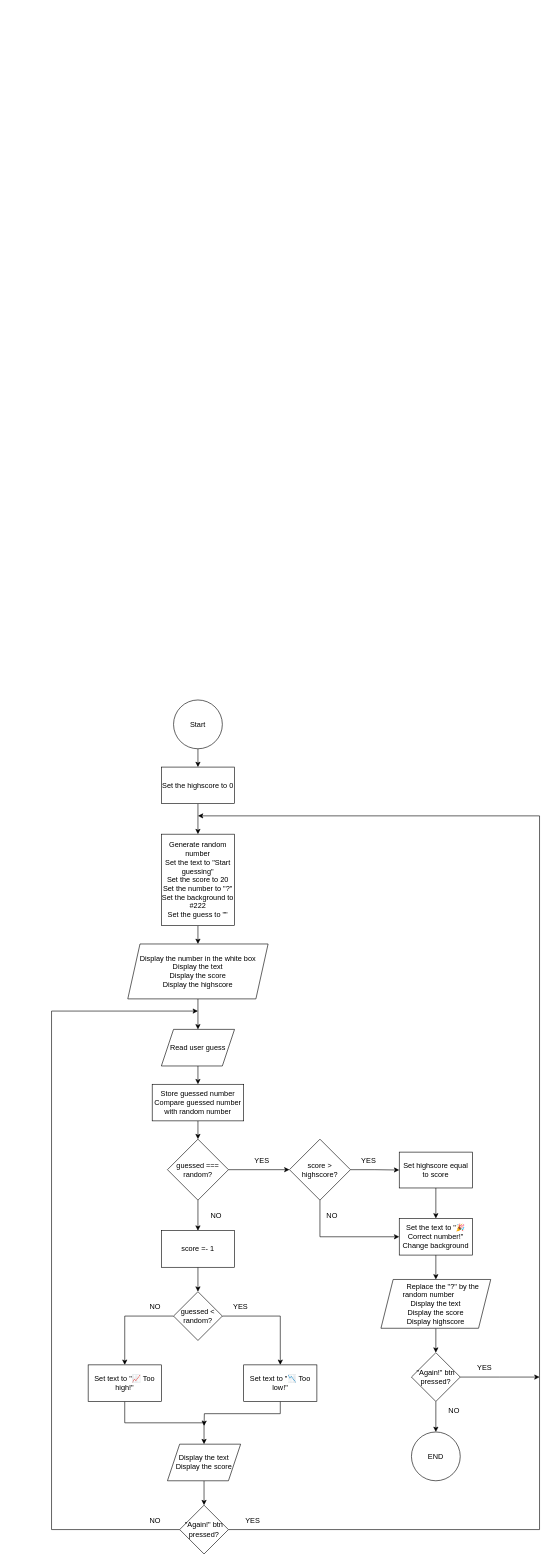
matheus4lves/udemy-the-complete-javascript-course_guess-my-number keeps this draw.io diagram as flowchart.drawio. Above is the earlier version. Source tidied: cells renumbered, new cells numbered last; positions are measured from the earlier drawing's top-left corner, leaving out a move shared by most shapes. Both pictures are drawn from the tidied source at 61%, with x=0, y=0 at pixel (51, 700).
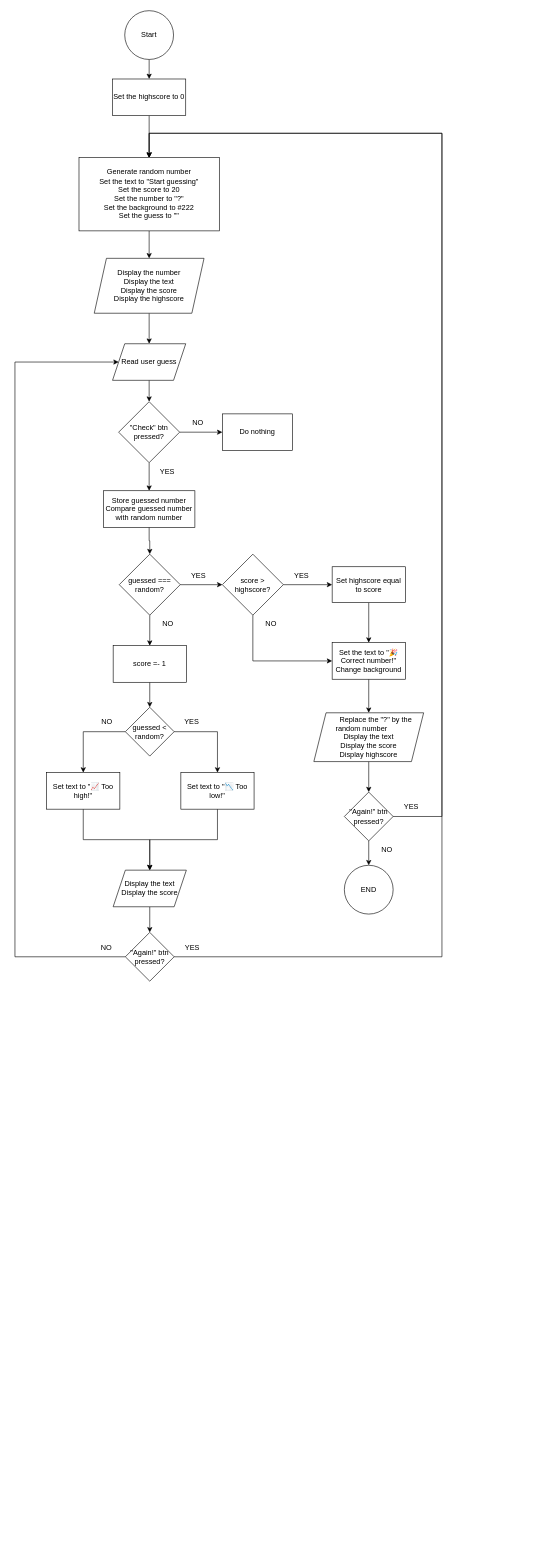
After the change.

Change to the diagram source:
```diff
@@
-    <mxCell id="2" style="edgeStyle=orthogonalEdgeStyle;rounded=0;jettySize=auto;html=1;exitX=0.5;exitY=1;exitDx=0;exitDy=0;startArrow=none;" parent="1" edge="1" source="38" target="6">
-      <mxGeometry relative="1" as="geometry" />
-    </mxCell>
@@
     <mxCell id="4" value="Start" style="ellipse;whiteSpace=wrap;html=1;" parent="1" vertex="1">
-      <mxGeometry x="200" width="80" height="80" as="geometry" />
+      <mxGeometry x="120" y="-1130" width="80" height="80" as="geometry" />
     </mxCell>
@@
-    <mxCell id="6" value="Generate random number&lt;br&gt;Set the text to &quot;Start guessing&quot;&lt;br&gt;Set the score to 20&lt;br&gt;Set the number to &quot;?&quot;&lt;br&gt;Set the background to #222&lt;br&gt;Set the guess to &quot;&quot;" style="rounded=0;whiteSpace=wrap;html=1;" parent="1" vertex="1">
-      <mxGeometry x="180" y="220" width="120" height="150" as="geometry" />
+    <mxCell id="6" value="Generate random number&lt;br&gt;Set the text to &quot;Start guessing&quot;&lt;br&gt;Set the score to 20&lt;div&gt;Set the number to &quot;?&quot;&lt;br&gt;Set the background to #222&lt;br&gt;Set the guess to &quot;&quot;&lt;/div&gt;" style="rounded=0;whiteSpace=wrap;html=1;" parent="1" vertex="1">
+      <mxGeometry x="45" y="-889" width="230" height="120" as="geometry" />
     </mxCell>
@@
     <mxCell id="8" value="Store guessed number&lt;br&gt;Compare guessed number with random number" style="rounded=0;whiteSpace=wrap;html=1;" parent="1" vertex="1">
-      <mxGeometry x="165" y="630" width="150" height="60" as="geometry" />
+      <mxGeometry x="85" y="-343" width="150" height="60" as="geometry" />
     </mxCell>
-    <mxCell id="9" style="edgeStyle=orthogonalEdgeStyle;rounded=0;jettySize=auto;html=1;exitX=0.5;exitY=1;exitDx=0;exitDy=0;entryX=0.5;entryY=0;entryDx=0;entryDy=0;" parent="1" edge="1" source="10" target="8">
-      <mxGeometry relative="1" as="geometry" />
-    </mxCell>
+    <mxCell id="54" style="edgeStyle=orthogonalEdgeStyle;rounded=0;jettySize=auto;html=1;exitX=0.5;exitY=1;exitDx=0;exitDy=0;entryX=0.5;entryY=0;entryDx=0;entryDy=0;" parent="1" edge="1" source="10" target="61">
+      <mxGeometry relative="1" as="geometry" />
+    </mxCell>
     <mxCell id="10" value="Read user guess" style="shape=parallelogram;perimeter=parallelogramPerimeter;whiteSpace=wrap;html=1;fixedSize=1;" parent="1" vertex="1">
-      <mxGeometry x="180" y="540" width="120" height="60" as="geometry" />
+      <mxGeometry x="100" y="-584" width="120" height="60" as="geometry" />
     </mxCell>
@@
     <mxCell id="13" value="guessed === random?" style="rhombus;whiteSpace=wrap;html=1;" parent="1" vertex="1">
-      <mxGeometry x="190" y="720" width="100" height="100" as="geometry" />
+      <mxGeometry x="111" y="-239" width="100" height="100" as="geometry" />
     </mxCell>
@@
-    <mxCell id="15" value="Display the number in the white box&lt;br&gt;Display the text&lt;br&gt;Display the score&lt;br&gt;Display the highscore" style="shape=parallelogram;perimeter=parallelogramPerimeter;whiteSpace=wrap;html=1;fixedSize=1;" parent="1" vertex="1">
-      <mxGeometry x="125" y="400" width="230" height="90" as="geometry" />
+    <mxCell id="15" value="Display the number&lt;br&gt;Display the text&lt;br&gt;Display the score&lt;br&gt;Display the highscore" style="shape=parallelogram;perimeter=parallelogramPerimeter;whiteSpace=wrap;html=1;fixedSize=1;" parent="1" vertex="1">
+      <mxGeometry x="70" y="-724" width="180" height="90" as="geometry" />
     </mxCell>
@@
     <mxCell id="17" value="Set highscore equal to score" style="rounded=0;whiteSpace=wrap;html=1;" parent="1" vertex="1">
-      <mxGeometry x="570" y="741.2" width="120" height="58.8" as="geometry" />
+      <mxGeometry x="460" y="-218.4" width="120" height="58.8" as="geometry" />
     </mxCell>
     <mxCell id="18" value="YES" style="text;html=1;strokeColor=none;fillColor=none;align=center;verticalAlign=middle;whiteSpace=wrap;rounded=0;" parent="1" vertex="1">
-      <mxGeometry x="315" y="740" width="60" height="30" as="geometry" />
+      <mxGeometry x="211" y="-219" width="60" height="30" as="geometry" />
     </mxCell>
@@
     <mxCell id="20" value="&amp;nbsp; &amp;nbsp; &amp;nbsp; &amp;nbsp;Replace the &quot;?&quot; by the random number&amp;nbsp; &amp;nbsp; &amp;nbsp; &amp;nbsp;&lt;br&gt;Display the text&lt;br&gt;Display the score&lt;br&gt;Display highscore" style="shape=parallelogram;perimeter=parallelogramPerimeter;whiteSpace=wrap;html=1;fixedSize=1;" parent="1" vertex="1">
-      <mxGeometry x="540" y="950" width="180" height="80" as="geometry" />
+      <mxGeometry x="430" y="21" width="180" height="80" as="geometry" />
     </mxCell>
@@
-    <mxCell id="22" style="edgeStyle=orthogonalEdgeStyle;rounded=0;jettySize=auto;html=1;exitX=1;exitY=0.5;exitDx=0;exitDy=0;" parent="1" edge="1" source="23">
-      <mxGeometry relative="1" as="geometry">
-        <mxPoint x="800" y="1110" as="targetPoint" />
-      </mxGeometry>
-    </mxCell>
+    <mxCell id="55" style="edgeStyle=orthogonalEdgeStyle;rounded=0;jettySize=auto;html=1;exitX=1;exitY=0.5;exitDx=0;exitDy=0;entryX=0.5;entryY=0;entryDx=0;entryDy=0;" parent="1" edge="1" source="23" target="6">
+      <mxGeometry relative="1" as="geometry">
+        <Array as="points">
+          <mxPoint x="640" y="191" />
+          <mxPoint x="640" y="-929" />
+          <mxPoint x="160" y="-929" />
+        </Array>
+      </mxGeometry>
+    </mxCell>
     <mxCell id="23" value="&quot;Again!&quot; btn&lt;br&gt;pressed?" style="rhombus;whiteSpace=wrap;html=1;" parent="1" vertex="1">
-      <mxGeometry x="590" y="1070" width="80" height="80" as="geometry" />
+      <mxGeometry x="480" y="151" width="80" height="80" as="geometry" />
     </mxCell>
     <mxCell id="24" value="YES" style="text;html=1;strokeColor=none;fillColor=none;align=center;verticalAlign=middle;whiteSpace=wrap;rounded=0;" parent="1" vertex="1">
-      <mxGeometry x="680" y="1080" width="60" height="30" as="geometry" />
+      <mxGeometry x="560" y="161" width="60" height="30" as="geometry" />
     </mxCell>
     <mxCell id="25" value="END" style="ellipse;whiteSpace=wrap;html=1;" parent="1" vertex="1">
-      <mxGeometry x="590" y="1200" width="80" height="80" as="geometry" />
+      <mxGeometry x="480" y="271" width="80" height="80" as="geometry" />
     </mxCell>
     <mxCell id="26" value="NO" style="text;html=1;strokeColor=none;fillColor=none;align=center;verticalAlign=middle;whiteSpace=wrap;rounded=0;" parent="1" vertex="1">
-      <mxGeometry x="630" y="1150" width="60" height="30" as="geometry" />
+      <mxGeometry x="520" y="231" width="60" height="30" as="geometry" />
     </mxCell>
@@
     <mxCell id="28" value="score =- 1" style="rounded=0;whiteSpace=wrap;html=1;" parent="1" vertex="1">
-      <mxGeometry x="180" y="870" width="120" height="60" as="geometry" />
+      <mxGeometry x="101" y="-89" width="120" height="60" as="geometry" />
     </mxCell>
     <mxCell id="29" value="NO" style="text;html=1;strokeColor=none;fillColor=none;align=center;verticalAlign=middle;whiteSpace=wrap;rounded=0;" parent="1" vertex="1">
-      <mxGeometry x="240" y="830" width="60" height="30" as="geometry" />
+      <mxGeometry x="161" y="-139" width="60" height="30" as="geometry" />
     </mxCell>
+    <mxCell id="31" style="edgeStyle=orthogonalEdgeStyle;rounded=0;jettySize=auto;html=1;exitX=0;exitY=0.5;exitDx=0;exitDy=0;" parent="1" edge="1" source="32" target="43">
+      <mxGeometry relative="1" as="geometry" />
+    </mxCell>
-    <mxCell id="30" style="edgeStyle=orthogonalEdgeStyle;rounded=0;jettySize=auto;html=1;entryX=0.5;entryY=0;entryDx=0;entryDy=0;" parent="1" edge="1" source="32" target="34">
-      <mxGeometry relative="1" as="geometry">
-        <Array as="points">
-          <mxPoint x="375" y="1010" />
-        </Array>
-      </mxGeometry>
+    <mxCell id="30" style="edgeStyle=orthogonalEdgeStyle;rounded=0;jettySize=auto;html=1;exitX=1;exitY=0.5;exitDx=0;exitDy=0;entryX=0.5;entryY=0;entryDx=0;entryDy=0;" parent="1" edge="1" source="32" target="34">
+      <mxGeometry relative="1" as="geometry" />
     </mxCell>
-    <mxCell id="31" style="edgeStyle=orthogonalEdgeStyle;rounded=0;jettySize=auto;html=1;exitX=0;exitY=0.5;exitDx=0;exitDy=0;" parent="1" edge="1" source="32" target="43">
-      <mxGeometry relative="1" as="geometry" />
-    </mxCell>
     <mxCell id="32" value="guessed &amp;lt; random?" style="rhombus;whiteSpace=wrap;html=1;" parent="1" vertex="1">
-      <mxGeometry x="200" y="970" width="80" height="80" as="geometry" />
+      <mxGeometry x="121" y="12" width="80" height="80" as="geometry" />
     </mxCell>
-    <mxCell id="33" style="edgeStyle=orthogonalEdgeStyle;rounded=0;jettySize=auto;html=1;exitX=0.5;exitY=1;exitDx=0;exitDy=0;" parent="1" edge="1" source="34">
-      <mxGeometry relative="1" as="geometry">
-        <mxPoint x="250" y="1190" as="targetPoint" />
-      </mxGeometry>
-    </mxCell>
+    <mxCell id="56" style="edgeStyle=orthogonalEdgeStyle;rounded=0;jettySize=auto;html=1;exitX=0.5;exitY=1;exitDx=0;exitDy=0;entryX=0.5;entryY=0;entryDx=0;entryDy=0;" parent="1" edge="1" source="34" target="37">
+      <mxGeometry relative="1" as="geometry" />
+    </mxCell>
     <mxCell id="34" value="Set text to &quot;📉 Too low!&quot;" style="rounded=0;whiteSpace=wrap;html=1;" parent="1" vertex="1">
-      <mxGeometry x="315" y="1090" width="120" height="60" as="geometry" />
+      <mxGeometry x="212" y="119" width="120" height="60" as="geometry" />
     </mxCell>
     <mxCell id="35" value="YES" style="text;html=1;strokeColor=none;fillColor=none;align=center;verticalAlign=middle;whiteSpace=wrap;rounded=0;" parent="1" vertex="1">
-      <mxGeometry x="280" y="980" width="60" height="30" as="geometry" />
+      <mxGeometry x="200" y="21" width="60" height="30" as="geometry" />
     </mxCell>
@@
     <mxCell id="37" value="Display the text&lt;br&gt;Display the score" style="shape=parallelogram;perimeter=parallelogramPerimeter;whiteSpace=wrap;html=1;fixedSize=1;" parent="1" vertex="1">
-      <mxGeometry x="190" y="1220" width="120" height="60" as="geometry" />
+      <mxGeometry x="101" y="279" width="120" height="60" as="geometry" />
     </mxCell>
+    <mxCell id="2" style="edgeStyle=orthogonalEdgeStyle;rounded=0;jettySize=auto;html=1;exitX=0.5;exitY=1;exitDx=0;exitDy=0;entryX=0.5;entryY=0;entryDx=0;entryDy=0;" parent="1" edge="1" source="38" target="6">
+      <mxGeometry relative="1" as="geometry" />
+    </mxCell>
     <mxCell id="38" value="Set the highscore to 0" style="rounded=0;whiteSpace=wrap;html=1;" parent="1" vertex="1">
-      <mxGeometry x="180" y="110" width="120" height="60" as="geometry" />
+      <mxGeometry x="100" y="-1018" width="120" height="60" as="geometry" />
     </mxCell>
-    <mxCell id="39" style="edgeStyle=orthogonalEdgeStyle;rounded=0;jettySize=auto;html=1;" parent="1" edge="1" source="41">
-      <mxGeometry relative="1" as="geometry">
-        <mxPoint x="240" y="190" as="targetPoint" />
-        <Array as="points">
-          <mxPoint x="800" y="1360" />
-          <mxPoint x="800" y="190" />
-        </Array>
-      </mxGeometry>
-    </mxCell>
-    <mxCell id="40" style="edgeStyle=orthogonalEdgeStyle;rounded=0;jettySize=auto;html=1;" parent="1" edge="1" source="41">
-      <mxGeometry relative="1" as="geometry">
-        <mxPoint x="240" y="510" as="targetPoint" />
-        <Array as="points">
-          <mxPoint y="1360" />
-          <mxPoint y="510" />
-        </Array>
-      </mxGeometry>
-    </mxCell>
+    <mxCell id="57" style="edgeStyle=orthogonalEdgeStyle;rounded=0;jettySize=auto;html=1;exitX=0;exitY=0.5;exitDx=0;exitDy=0;entryX=0;entryY=0.5;entryDx=0;entryDy=0;" parent="1" edge="1" source="41" target="10">
+      <mxGeometry relative="1" as="geometry">
+        <Array as="points">
+          <mxPoint x="-60" y="421" />
+          <mxPoint x="-60" y="-554" />
+        </Array>
+      </mxGeometry>
+    </mxCell>
+    <mxCell id="58" style="edgeStyle=orthogonalEdgeStyle;rounded=0;jettySize=auto;html=1;exitX=1;exitY=0.5;exitDx=0;exitDy=0;entryX=0.5;entryY=0;entryDx=0;entryDy=0;" parent="1" edge="1" source="41" target="6">
+      <mxGeometry relative="1" as="geometry">
+        <Array as="points">
+          <mxPoint x="201" y="421" />
+          <mxPoint x="640" y="421" />
+          <mxPoint x="640" y="-929" />
+          <mxPoint x="160" y="-929" />
+        </Array>
+      </mxGeometry>
+    </mxCell>
     <mxCell id="41" value="&quot;Again!&quot; btn&lt;br&gt;pressed?" style="rhombus;whiteSpace=wrap;html=1;" parent="1" vertex="1">
-      <mxGeometry x="210" y="1320" width="80" height="80" as="geometry" />
+      <mxGeometry x="121" y="381" width="80" height="80" as="geometry" />
     </mxCell>
-    <mxCell id="42" style="edgeStyle=orthogonalEdgeStyle;rounded=0;jettySize=auto;html=1;entryX=0.5;entryY=0;entryDx=0;entryDy=0;exitX=0.5;exitY=1;exitDx=0;exitDy=0;" parent="1" edge="1" source="43" target="37">
+    <mxCell id="42" style="edgeStyle=orthogonalEdgeStyle;rounded=0;jettySize=auto;html=1;exitX=0.5;exitY=1;exitDx=0;exitDy=0;entryX=0.5;entryY=0;entryDx=0;entryDy=0;" parent="1" edge="1" source="43" target="37">
       <mxGeometry relative="1" as="geometry" />
     </mxCell>
     <mxCell id="43" value="Set text to &quot;📈 Too high!&quot;" style="rounded=0;whiteSpace=wrap;html=1;" parent="1" vertex="1">
-      <mxGeometry x="60" y="1090" width="120" height="60" as="geometry" />
+      <mxGeometry x="-8" y="119" width="120" height="60" as="geometry" />
     </mxCell>
     <mxCell id="44" value="NO" style="text;html=1;strokeColor=none;fillColor=none;align=center;verticalAlign=middle;whiteSpace=wrap;rounded=0;" parent="1" vertex="1">
-      <mxGeometry x="140" y="980" width="60" height="30" as="geometry" />
+      <mxGeometry x="61" y="21" width="60" height="30" as="geometry" />
     </mxCell>
     <mxCell id="45" value="YES" style="text;html=1;strokeColor=none;fillColor=none;align=center;verticalAlign=middle;whiteSpace=wrap;rounded=0;" parent="1" vertex="1">
-      <mxGeometry x="300" y="1330" width="60" height="30" as="geometry" />
+      <mxGeometry x="201" y="391" width="60" height="30" as="geometry" />
     </mxCell>
     <mxCell id="46" value="NO" style="text;html=1;strokeColor=none;fillColor=none;align=center;verticalAlign=middle;whiteSpace=wrap;rounded=0;" parent="1" vertex="1">
-      <mxGeometry x="140" y="1330" width="60" height="30" as="geometry" />
+      <mxGeometry x="60" y="391" width="60" height="30" as="geometry" />
     </mxCell>
@@
     <mxCell id="49" value="score &amp;gt; highscore?" style="rhombus;whiteSpace=wrap;html=1;" parent="1" vertex="1">
-      <mxGeometry x="390" y="720" width="100" height="100" as="geometry" />
+      <mxGeometry x="280" y="-239" width="100" height="100" as="geometry" />
     </mxCell>
     <mxCell id="50" value="YES" style="text;html=1;strokeColor=none;fillColor=none;align=center;verticalAlign=middle;whiteSpace=wrap;rounded=0;" parent="1" vertex="1">
-      <mxGeometry x="490" y="740" width="60" height="30" as="geometry" />
+      <mxGeometry x="380" y="-219" width="60" height="30" as="geometry" />
     </mxCell>
@@
     <mxCell id="52" value="Set the text to &quot;🎉 Correct number!&quot;&lt;br&gt;Change background" style="rounded=0;whiteSpace=wrap;html=1;" parent="1" vertex="1">
-      <mxGeometry x="570" y="850" width="120" height="60" as="geometry" />
+      <mxGeometry x="460" y="-94" width="120" height="60" as="geometry" />
     </mxCell>
     <mxCell id="53" value="NO" style="text;html=1;strokeColor=none;fillColor=none;align=center;verticalAlign=middle;whiteSpace=wrap;rounded=0;" parent="1" vertex="1">
-      <mxGeometry x="430" y="830" width="60" height="30" as="geometry" />
+      <mxGeometry x="330" y="-139" width="60" height="30" as="geometry" />
     </mxCell>
+    <mxCell id="59" style="edgeStyle=orthogonalEdgeStyle;rounded=0;jettySize=auto;html=1;exitX=1;exitY=0.5;exitDx=0;exitDy=0;entryX=0;entryY=0.5;entryDx=0;entryDy=0;" parent="1" edge="1" source="61" target="62">
+      <mxGeometry relative="1" as="geometry" />
+    </mxCell>
+    <mxCell id="60" style="edgeStyle=orthogonalEdgeStyle;rounded=0;jettySize=auto;html=1;exitX=0.5;exitY=1;exitDx=0;exitDy=0;entryX=0.5;entryY=0;entryDx=0;entryDy=0;" parent="1" edge="1" source="61" target="8">
+      <mxGeometry relative="1" as="geometry" />
+    </mxCell>
+    <mxCell id="61" value="&quot;Check&quot; btn pressed?" style="rhombus;whiteSpace=wrap;html=1;" parent="1" vertex="1">
+      <mxGeometry x="110" y="-489" width="100" height="100" as="geometry" />
+    </mxCell>
+    <mxCell id="62" value="Do nothing" style="rounded=0;whiteSpace=wrap;html=1;" parent="1" vertex="1">
+      <mxGeometry x="280" y="-469" width="115" height="60" as="geometry" />
+    </mxCell>
+    <mxCell id="63" value="NO" style="text;html=1;strokeColor=none;fillColor=none;align=center;verticalAlign=middle;whiteSpace=wrap;rounded=0;" parent="1" vertex="1">
+      <mxGeometry x="210" y="-469" width="60" height="30" as="geometry" />
+    </mxCell>
+    <mxCell id="64" value="YES" style="text;html=1;strokeColor=none;fillColor=none;align=center;verticalAlign=middle;whiteSpace=wrap;rounded=0;" parent="1" vertex="1">
+      <mxGeometry x="160" y="-389" width="60" height="30" as="geometry" />
+    </mxCell>
```
